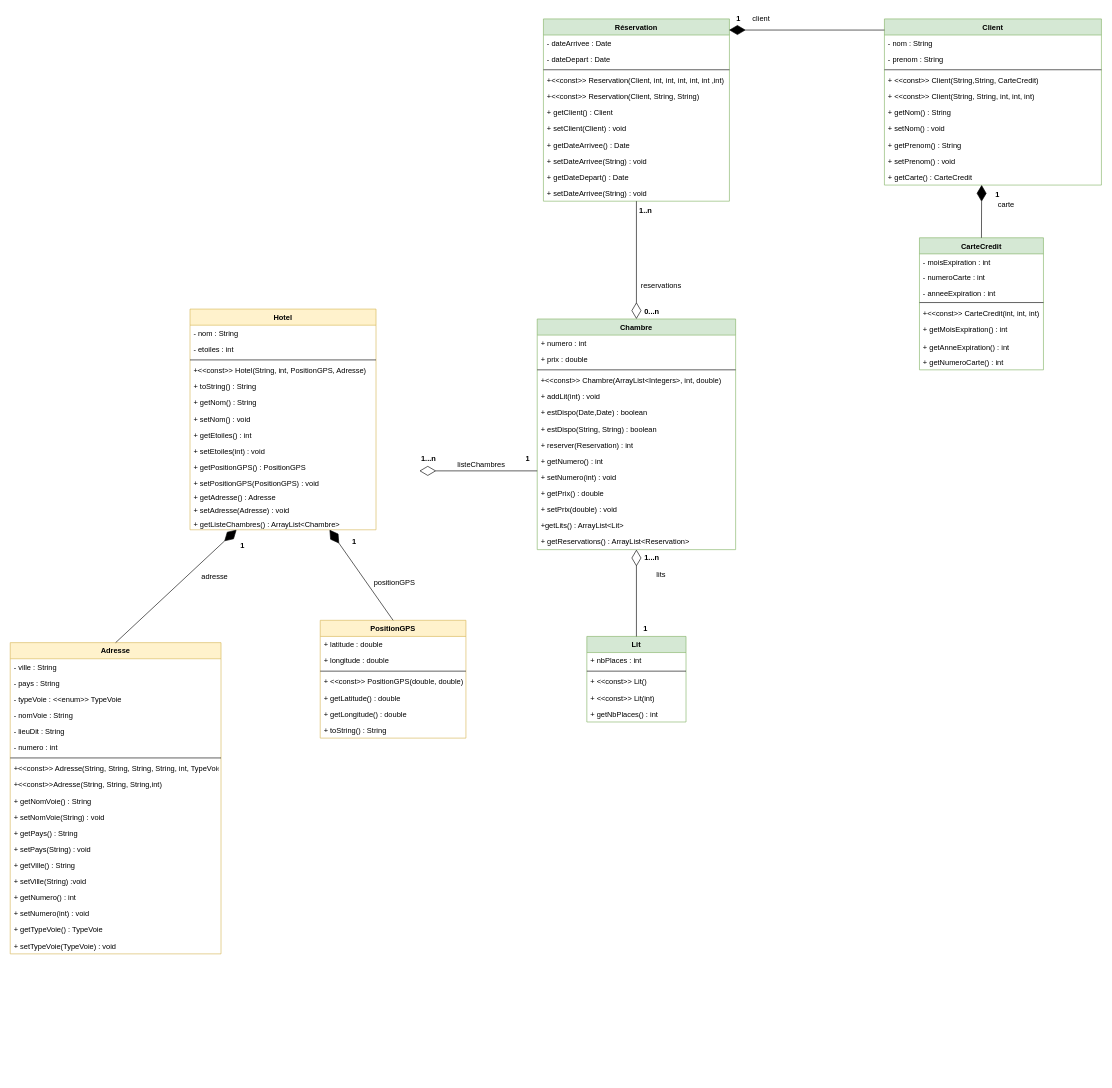
This is M1/704_ALD/TP2_SOAP/Schéma_UML_service.drawio from Sc00bi/Master-GL, a draw.io file, before an edit. Source tidied: cells renumbered, new cells numbered last; positions are measured from the earlier drawing's top-left corner, leaving out a move shared by most shapes. Both pictures are drawn from the tidied source at 62%, with x=0, y=0 at pixel (10, 10).
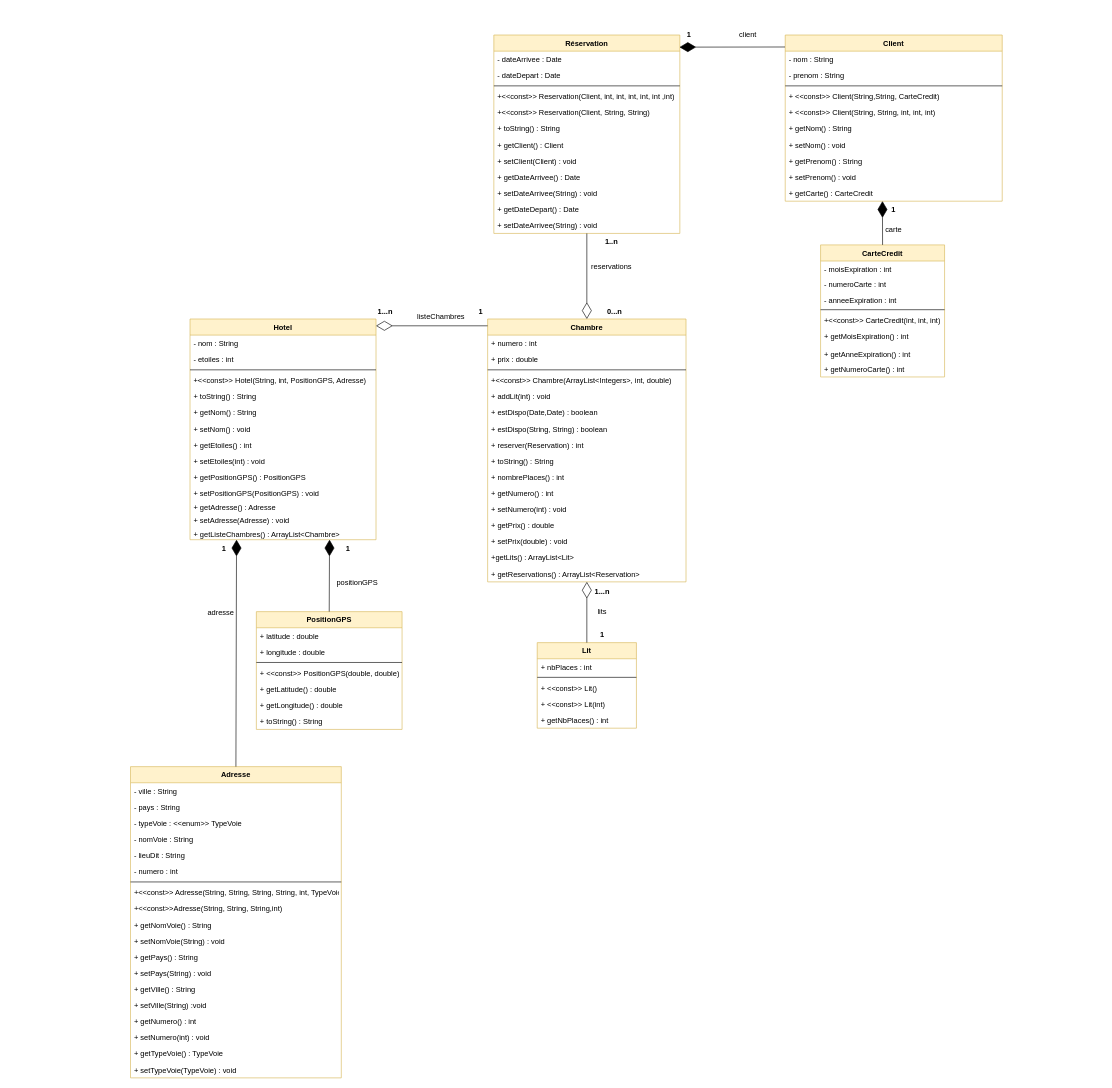
After the change.

The edit, as a diff of the source:
```diff
@@
     <mxCell id="2" value="Hotel" style="swimlane;fontStyle=1;align=center;verticalAlign=top;horizontal=1;startSize=26;fillColor=#fff2cc;strokeColor=#d6b656;" parent="1" vertex="1">
-      <mxGeometry x="290" y="482" width="300" height="356" as="geometry" />
+      <mxGeometry x="290" y="498" width="300" height="356" as="geometry" />
     </mxCell>
@@
     <mxCell id="17" value="Adresse" style="swimlane;fontStyle=1;align=center;verticalAlign=top;horizontal=1;startSize=26;fillColor=#fff2cc;strokeColor=#d6b656;" parent="1" vertex="1">
-      <mxGeometry y="1020" width="340" height="502" as="geometry" />
+      <mxGeometry x="194" y="1220" width="340" height="502" as="geometry" />
     </mxCell>
@@
     <mxCell id="38" value="PositionGPS" style="swimlane;fontStyle=1;align=center;verticalAlign=top;horizontal=1;startSize=26;fillColor=#fff2cc;strokeColor=#d6b656;" parent="1" vertex="1">
-      <mxGeometry x="500" y="984" width="235" height="190" as="geometry" />
+      <mxGeometry x="397" y="970" width="235" height="190" as="geometry" />
     </mxCell>
@@
     <mxCell id="47" value="1" style="text;align=center;fontStyle=1;verticalAlign=middle;spacingLeft=3;spacingRight=3;strokeColor=none;" parent="1" vertex="1">
-      <mxGeometry x="360" y="850" width="30" height="26" as="geometry" />
+      <mxGeometry x="330" y="854" width="30" height="26" as="geometry" />
     </mxCell>
     <mxCell id="48" value="1" style="text;align=center;fontStyle=1;verticalAlign=middle;spacingLeft=3;spacingRight=3;strokeColor=none;" parent="1" vertex="1">
-      <mxGeometry x="540" y="844" width="30" height="26" as="geometry" />
+      <mxGeometry x="530" y="854" width="30" height="26" as="geometry" />
     </mxCell>
     <mxCell id="49" value="client" style="text;align=center;fontStyle=0;verticalAlign=middle;spacingLeft=3;spacingRight=3;strokeColor=none;" parent="1" vertex="1">
-      <mxGeometry x="1171.5" width="80" height="26" as="geometry" />
+      <mxGeometry x="1150" y="26" width="80" height="26" as="geometry" />
     </mxCell>
     <mxCell id="50" value="adresse" style="text;align=center;fontStyle=0;verticalAlign=middle;spacingLeft=3;spacingRight=3;strokeColor=none;" parent="1" vertex="1">
-      <mxGeometry x="290" y="900" width="80" height="26" as="geometry" />
+      <mxGeometry x="300" y="958" width="80" height="26" as="geometry" />
     </mxCell>
-    <mxCell id="51" value="Chambre" style="swimlane;fontStyle=1;align=center;verticalAlign=top;horizontal=1;startSize=26;fillColor=#d5e8d4;strokeColor=#82b366;" parent="1" vertex="1">
-      <mxGeometry x="850" y="498" width="320" height="372" as="geometry" />
+    <mxCell id="51" value="Chambre" style="swimlane;fontStyle=1;align=center;verticalAlign=top;horizontal=1;startSize=26;fillColor=#fff2cc;strokeColor=#d6b656;" parent="1" vertex="1">
+      <mxGeometry x="770" y="498" width="320" height="424" as="geometry" />
     </mxCell>
@@
+    <mxCell id="122" value="+ toString() : String" style="text;strokeColor=none;fillColor=none;align=left;verticalAlign=top;spacingLeft=4;spacingRight=4;overflow=hidden;" parent="51" vertex="1">
+      <mxGeometry y="216" width="320" height="26" as="geometry" />
+    </mxCell>
+    <mxCell id="123" value="+ nombrePlaces() : int" style="text;strokeColor=none;fillColor=none;align=left;verticalAlign=top;spacingLeft=4;spacingRight=4;overflow=hidden;" parent="51" vertex="1">
+      <mxGeometry y="242" width="320" height="26" as="geometry" />
+    </mxCell>
     <mxCell id="60" value="+ getNumero() : int" style="text;strokeColor=none;fillColor=none;align=left;verticalAlign=top;spacingLeft=4;spacingRight=4;overflow=hidden;" parent="51" vertex="1">
-      <mxGeometry y="216" width="320" height="26" as="geometry" />
+      <mxGeometry y="268" width="320" height="26" as="geometry" />
     </mxCell>
     <mxCell id="61" value="+ setNumero(int) : void" style="text;strokeColor=none;fillColor=none;align=left;verticalAlign=top;spacingLeft=4;spacingRight=4;overflow=hidden;" parent="51" vertex="1">
-      <mxGeometry y="242" width="320" height="26" as="geometry" />
+      <mxGeometry y="294" width="320" height="26" as="geometry" />
     </mxCell>
     <mxCell id="62" value="+ getPrix() : double" style="text;strokeColor=none;fillColor=none;align=left;verticalAlign=top;spacingLeft=4;spacingRight=4;overflow=hidden;" parent="51" vertex="1">
-      <mxGeometry y="268" width="320" height="26" as="geometry" />
+      <mxGeometry y="320" width="320" height="26" as="geometry" />
     </mxCell>
     <mxCell id="63" value="+ setPrix(double) : void " style="text;strokeColor=none;fillColor=none;align=left;verticalAlign=top;spacingLeft=4;spacingRight=4;overflow=hidden;" parent="51" vertex="1">
-      <mxGeometry y="294" width="320" height="26" as="geometry" />
+      <mxGeometry y="346" width="320" height="26" as="geometry" />
     </mxCell>
     <mxCell id="64" value="+getLits() : ArrayList&lt;Lit&gt;" style="text;strokeColor=none;fillColor=none;align=left;verticalAlign=top;spacingLeft=4;spacingRight=4;overflow=hidden;" parent="51" vertex="1">
-      <mxGeometry y="320" width="320" height="26" as="geometry" />
+      <mxGeometry y="372" width="320" height="26" as="geometry" />
     </mxCell>
     <mxCell id="65" value="+ getReservations() : ArrayList&lt;Reservation&gt;" style="text;strokeColor=none;fillColor=none;align=left;verticalAlign=top;spacingLeft=4;spacingRight=4;overflow=hidden;" parent="51" vertex="1">
-      <mxGeometry y="346" width="320" height="26" as="geometry" />
+      <mxGeometry y="398" width="320" height="26" as="geometry" />
     </mxCell>
-    <mxCell id="66" value="Lit" style="swimlane;fontStyle=1;align=center;verticalAlign=top;horizontal=1;startSize=26;fillColor=#d5e8d4;strokeColor=#82b366;" parent="1" vertex="1">
-      <mxGeometry x="930" y="1010" width="160" height="138" as="geometry" />
+    <mxCell id="66" value="Lit" style="swimlane;fontStyle=1;align=center;verticalAlign=top;horizontal=1;startSize=26;fillColor=#fff2cc;strokeColor=#d6b656;" parent="1" vertex="1">
+      <mxGeometry x="850" y="1020" width="160" height="138" as="geometry" />
     </mxCell>
@@
     <mxCell id="73" value="lits" style="text;align=center;fontStyle=0;verticalAlign=middle;spacingLeft=3;spacingRight=3;strokeColor=none;" parent="1" vertex="1">
-      <mxGeometry x="1010" y="896" width="80" height="28" as="geometry" />
+      <mxGeometry x="915" y="956" width="80" height="28" as="geometry" />
     </mxCell>
     <mxCell id="74" value="1...n" style="text;align=center;fontStyle=1;verticalAlign=middle;spacingLeft=3;spacingRight=3;strokeColor=none;" parent="1" vertex="1">
-      <mxGeometry x="1020" y="870" width="30" height="26" as="geometry" />
+      <mxGeometry x="940" y="924" width="30" height="26" as="geometry" />
     </mxCell>
     <mxCell id="75" value="1" style="text;align=center;fontStyle=1;verticalAlign=middle;spacingLeft=3;spacingRight=3;strokeColor=none;" parent="1" vertex="1">
-      <mxGeometry x="1010" y="984" width="30" height="26" as="geometry" />
+      <mxGeometry x="940" y="994" width="30" height="26" as="geometry" />
     </mxCell>
-    <mxCell id="76" style="endArrow=diamondThin;endFill=0;endSize=24;html=1;rounded=0;entryX=1;entryY=0;entryDx=0;entryDy=0;exitX=0;exitY=0;exitDx=0;exitDy=0;" parent="1" edge="1">
+    <mxCell id="76" style="endArrow=diamondThin;endFill=0;endSize=24;html=1;rounded=0;entryX=1;entryY=0;entryDx=0;entryDy=0;" parent="1" edge="1">
       <mxGeometry relative="1" as="geometry">
-        <mxPoint x="850" y="743" as="sourcePoint" />
-        <mxPoint x="660" y="743" as="targetPoint" />
+        <mxPoint x="770" y="509" as="sourcePoint" />
+        <mxPoint x="590" y="509" as="targetPoint" />
       </mxGeometry>
     </mxCell>
     <mxCell id="77" value="1...n" style="text;align=center;fontStyle=1;verticalAlign=middle;spacingLeft=3;spacingRight=3;strokeColor=none;" parent="1" vertex="1">
-      <mxGeometry x="660" y="710" width="30" height="26" as="geometry" />
+      <mxGeometry x="590" y="472" width="30" height="26" as="geometry" />
     </mxCell>
     <mxCell id="78" value="1" style="text;align=center;fontStyle=1;verticalAlign=middle;spacingLeft=3;spacingRight=3;strokeColor=none;" parent="1" vertex="1">
-      <mxGeometry x="820" y="710" width="30" height="26" as="geometry" />
+      <mxGeometry x="744" y="472" width="30" height="26" as="geometry" />
     </mxCell>
-    <mxCell id="79" value="Réservation" style="swimlane;fontStyle=1;align=center;verticalAlign=top;horizontal=1;startSize=26;fillColor=#d5e8d4;strokeColor=#82b366;" parent="1" vertex="1">
-      <mxGeometry x="860" y="14" width="300" height="294" as="geometry" />
+    <mxCell id="79" value="Réservation" style="swimlane;fontStyle=1;align=center;verticalAlign=top;horizontal=1;startSize=26;fillColor=#fff2cc;strokeColor=#d6b656;" parent="1" vertex="1">
+      <mxGeometry x="780" y="40" width="300" height="320" as="geometry" />
     </mxCell>
@@
+    <mxCell id="124" value="+ toString() : String" style="text;strokeColor=none;fillColor=none;align=left;verticalAlign=top;spacingLeft=4;spacingRight=4;overflow=hidden;" parent="79" vertex="1">
+      <mxGeometry y="138" width="300" height="26" as="geometry" />
+    </mxCell>
     <mxCell id="85" value="+ getClient() : Client" style="text;strokeColor=none;fillColor=none;align=left;verticalAlign=top;spacingLeft=4;spacingRight=4;overflow=hidden;" parent="79" vertex="1">
-      <mxGeometry y="138" width="300" height="26" as="geometry" />
+      <mxGeometry y="164" width="300" height="26" as="geometry" />
     </mxCell>
     <mxCell id="86" value="+ setClient(Client) : void" style="text;strokeColor=none;fillColor=none;align=left;verticalAlign=top;spacingLeft=4;spacingRight=4;overflow=hidden;" parent="79" vertex="1">
-      <mxGeometry y="164" width="300" height="26" as="geometry" />
+      <mxGeometry y="190" width="300" height="26" as="geometry" />
     </mxCell>
     <mxCell id="87" value="+ getDateArrivee() : Date" style="text;strokeColor=none;fillColor=none;align=left;verticalAlign=top;spacingLeft=4;spacingRight=4;overflow=hidden;" parent="79" vertex="1">
-      <mxGeometry y="190" width="300" height="26" as="geometry" />
+      <mxGeometry y="216" width="300" height="26" as="geometry" />
     </mxCell>
     <mxCell id="88" value="+ setDateArrivee(String) : void" style="text;strokeColor=none;fillColor=none;align=left;verticalAlign=top;spacingLeft=4;spacingRight=4;overflow=hidden;" parent="79" vertex="1">
-      <mxGeometry y="216" width="300" height="26" as="geometry" />
+      <mxGeometry y="242" width="300" height="26" as="geometry" />
     </mxCell>
     <mxCell id="89" value="+ getDateDepart() : Date" style="text;strokeColor=none;fillColor=none;align=left;verticalAlign=top;spacingLeft=4;spacingRight=4;overflow=hidden;" parent="79" vertex="1">
-      <mxGeometry y="242" width="300" height="26" as="geometry" />
+      <mxGeometry y="268" width="300" height="26" as="geometry" />
     </mxCell>
     <mxCell id="90" value="+ setDateArrivee(String) : void" style="text;strokeColor=none;fillColor=none;align=left;verticalAlign=top;spacingLeft=4;spacingRight=4;overflow=hidden;" parent="79" vertex="1">
-      <mxGeometry y="268" width="300" height="26" as="geometry" />
+      <mxGeometry y="294" width="300" height="26" as="geometry" />
     </mxCell>
-    <mxCell id="91" value="Client" style="swimlane;fontStyle=1;align=center;verticalAlign=top;horizontal=1;startSize=26;fillColor=#d5e8d4;strokeColor=#82b366;" parent="1" vertex="1">
-      <mxGeometry x="1410" y="14" width="350" height="268" as="geometry" />
+    <mxCell id="91" value="Client" style="swimlane;fontStyle=1;align=center;verticalAlign=top;horizontal=1;startSize=26;fillColor=#fff2cc;strokeColor=#d6b656;" parent="1" vertex="1">
+      <mxGeometry x="1250" y="40" width="350" height="268" as="geometry" />
     </mxCell>
@@
-    <mxCell id="102" style="endArrow=diamondThin;endFill=1;endSize=24;html=1;rounded=0;entryX=0.998;entryY=0.061;entryDx=0;entryDy=0;entryPerimeter=0;" parent="1" edge="1" target="79">
-      <mxGeometry relative="1" as="geometry">
-        <mxPoint x="1410" y="32" as="sourcePoint" />
-      </mxGeometry>
+    <mxCell id="102" style="endArrow=diamondThin;endFill=1;endSize=24;html=1;rounded=0;entryX=0.998;entryY=0.061;entryDx=0;entryDy=0;entryPerimeter=0;exitX=-0.001;exitY=0.072;exitDx=0;exitDy=0;exitPerimeter=0;" parent="1" edge="1" source="91" target="79">
+      <mxGeometry relative="1" as="geometry" />
     </mxCell>
     <mxCell id="103" value="1" style="text;align=center;fontStyle=1;verticalAlign=middle;spacingLeft=3;spacingRight=3;strokeColor=none;" parent="1" vertex="1">
-      <mxGeometry x="1577.5" y="284" width="30" height="25" as="geometry" />
+      <mxGeometry x="1410" y="308" width="30" height="25" as="geometry" />
     </mxCell>
     <mxCell id="104" value="positionGPS" style="text;align=center;fontStyle=0;verticalAlign=middle;spacingLeft=3;spacingRight=3;strokeColor=none;" parent="1" vertex="1">
-      <mxGeometry x="580" y="910" width="80" height="26" as="geometry" />
+      <mxGeometry x="520" y="910" width="80" height="26" as="geometry" />
     </mxCell>
@@
     <mxCell id="106" value="1..n" style="text;align=center;fontStyle=1;verticalAlign=middle;spacingLeft=3;spacingRight=3;strokeColor=none;" parent="1" vertex="1">
-      <mxGeometry x="1010" y="309" width="30" height="26" as="geometry" />
+      <mxGeometry x="955" y="360" width="30" height="26" as="geometry" />
     </mxCell>
     <mxCell id="107" value="0...n" style="text;align=center;fontStyle=1;verticalAlign=middle;spacingLeft=3;spacingRight=3;strokeColor=none;" parent="1" vertex="1">
-      <mxGeometry x="1020" y="472" width="30" height="26" as="geometry" />
+      <mxGeometry x="960" y="472" width="30" height="26" as="geometry" />
     </mxCell>
-    <mxCell id="108" value="CarteCredit" style="swimlane;fontStyle=1;align=center;verticalAlign=top;horizontal=1;startSize=26;fillColor=#d5e8d4;strokeColor=#82b366;" parent="1" vertex="1">
-      <mxGeometry x="1466.5" y="367" width="200" height="213" as="geometry" />
+    <mxCell id="108" value="CarteCredit" style="swimlane;fontStyle=1;align=center;verticalAlign=top;horizontal=1;startSize=26;fillColor=#fff2cc;strokeColor=#d6b656;" parent="1" vertex="1">
+      <mxGeometry x="1307" y="378.5" width="200" height="213" as="geometry" />
     </mxCell>
@@
     <mxCell id="118" value="1" style="text;align=center;fontStyle=1;verticalAlign=middle;spacingLeft=3;spacingRight=3;strokeColor=none;" parent="1" vertex="1">
-      <mxGeometry x="1160" width="30" height="26" as="geometry" />
+      <mxGeometry x="1080" y="26" width="30" height="26" as="geometry" />
     </mxCell>
     <mxCell id="119" value="carte" style="text;align=center;fontStyle=0;verticalAlign=middle;spacingLeft=3;spacingRight=3;strokeColor=none;" parent="1" vertex="1">
-      <mxGeometry x="1566.5" y="301" width="80" height="25" as="geometry" />
+      <mxGeometry x="1385" y="340" width="80" height="25" as="geometry" />
     </mxCell>
     <mxCell id="120" value="listeChambres" style="text;align=center;fontStyle=0;verticalAlign=middle;spacingLeft=3;spacingRight=3;strokeColor=none;" parent="1" vertex="1">
-      <mxGeometry x="720" y="720" width="80" height="26" as="geometry" />
+      <mxGeometry x="655" y="480" width="80" height="26" as="geometry" />
     </mxCell>
     <mxCell id="121" value="reservations" style="text;align=center;fontStyle=0;verticalAlign=middle;spacingLeft=3;spacingRight=3;strokeColor=none;" parent="1" vertex="1">
-      <mxGeometry x="1010" y="430" width="80" height="26" as="geometry" />
+      <mxGeometry x="930" y="400" width="80" height="26" as="geometry" />
     </mxCell>
```
